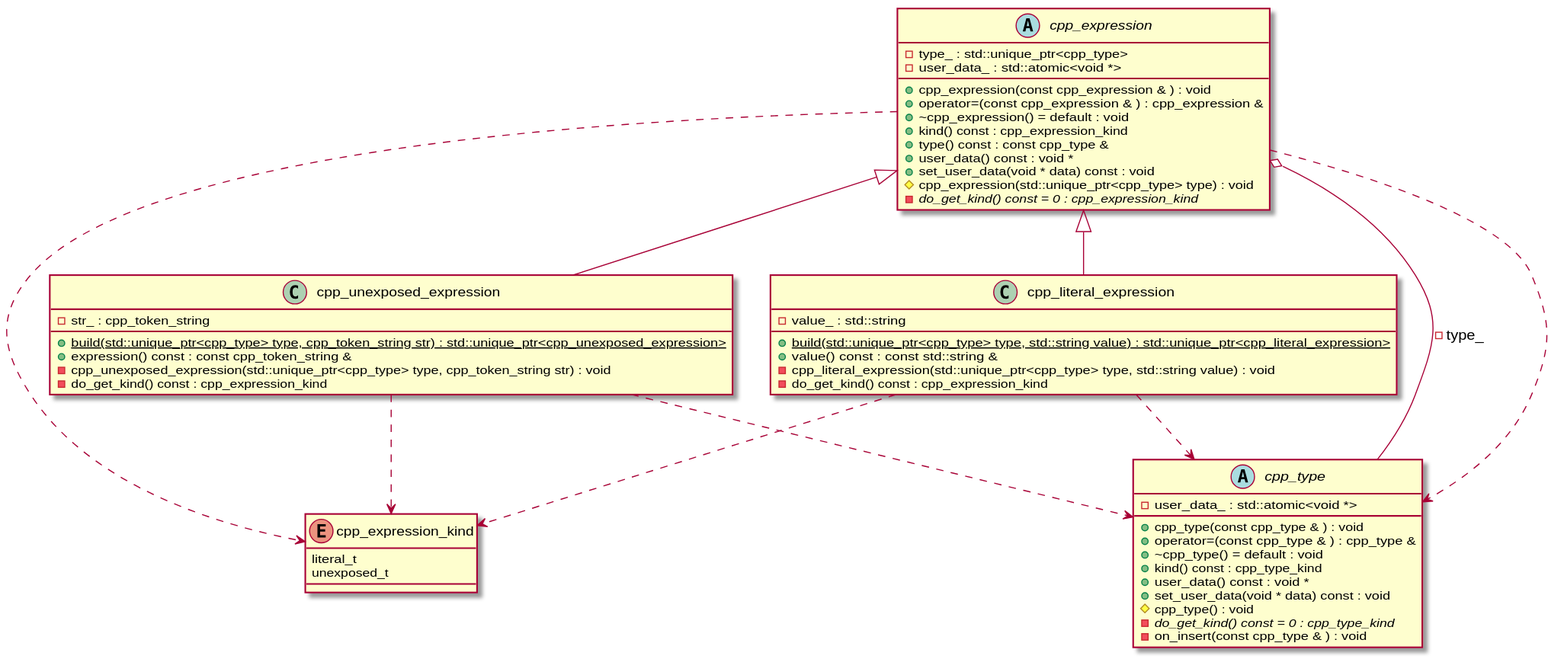
The PlantUML diagram cppast/puml/cpp_expression_class_diagram.svg in bkryza/clang-uml-examples, before a commit.
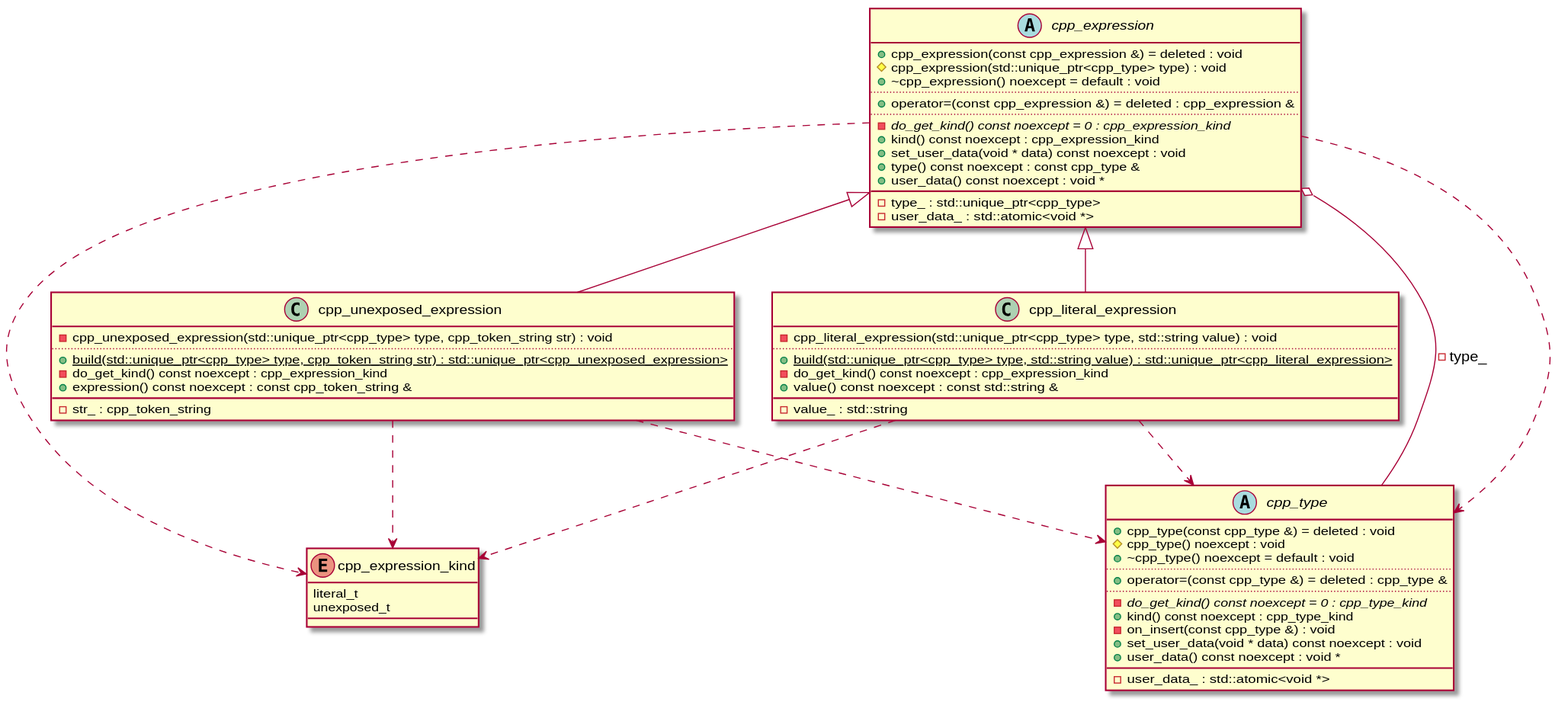
Later version of the same file.

Diff of the diagram source:
```diff
@@ -6,45 +6,55 @@
 }
 abstract "cpp_type" as C_0001585653041236922459
 abstract C_0001585653041236922459 [[https://github.com/foonathan/cppast/blob/f00df6675d87c6983033d270728c57a55cd3db22/include/cppast/cpp_type.hpp#L44{cpp_type}]] {
-+cpp_type(const cpp_type & ) : void
-+operator=(const cpp_type & ) : cpp_type &
-+~cpp_type() = default : void
-+kind() const : cpp_type_kind
-+user_data() const : void *
-+set_user_data(void * data) const : void
-#cpp_type() : void
-{abstract} -do_get_kind() const = 0 : cpp_type_kind
--on_insert(const cpp_type & ) : void
++cpp_type(const cpp_type &) = deleted : void
+#cpp_type() noexcept : void
++~cpp_type() noexcept = default : void
+..
++operator=(const cpp_type &) = deleted : cpp_type &
+..
+{abstract} -do_get_kind() const noexcept = 0 : cpp_type_kind
++kind() const noexcept : cpp_type_kind
+-on_insert(const cpp_type &) : void
++set_user_data(void * data) const noexcept : void
++user_data() const noexcept : void *
+__
 -user_data_ : std::atomic<void *> [[[https://github.com/foonathan/cppast/blob/f00df6675d87c6983033d270728c57a55cd3db22/include/cppast/cpp_type.hpp#L85{user_data_}]]]
 }
 abstract "cpp_expression" as C_0002228471918600734475
 abstract C_0002228471918600734475 [[https://github.com/foonathan/cppast/blob/f00df6675d87c6983033d270728c57a55cd3db22/include/cppast/cpp_expression.hpp#L24{cpp_expression}]] {
-+cpp_expression(const cpp_expression & ) : void
-+operator=(const cpp_expression & ) : cpp_expression &
-+~cpp_expression() = default : void
-+kind() const : cpp_expression_kind
-+type() const : const cpp_type &
-+user_data() const : void *
-+set_user_data(void * data) const : void
++cpp_expression(const cpp_expression &) = deleted : void
 #cpp_expression(std::unique_ptr<cpp_type> type) : void
-{abstract} -do_get_kind() const = 0 : cpp_expression_kind
++~cpp_expression() noexcept = default : void
+..
++operator=(const cpp_expression &) = deleted : cpp_expression &
+..
+{abstract} -do_get_kind() const noexcept = 0 : cpp_expression_kind
++kind() const noexcept : cpp_expression_kind
++set_user_data(void * data) const noexcept : void
++type() const noexcept : const cpp_type &
++user_data() const noexcept : void *
+__
 -type_ : std::unique_ptr<cpp_type> [[[https://github.com/foonathan/cppast/blob/f00df6675d87c6983033d270728c57a55cd3db22/include/cppast/cpp_expression.hpp#L74{type_}]]]
 -user_data_ : std::atomic<void *> [[[https://github.com/foonathan/cppast/blob/f00df6675d87c6983033d270728c57a55cd3db22/include/cppast/cpp_expression.hpp#L75{user_data_}]]]
 }
 class "cpp_unexposed_expression" as C_0000978206085606851269
 class C_0000978206085606851269 [[https://github.com/foonathan/cppast/blob/f00df6675d87c6983033d270728c57a55cd3db22/include/cppast/cpp_expression.hpp#L81{cpp_unexposed_expression}]] {
+-cpp_unexposed_expression(std::unique_ptr<cpp_type> type, cpp_token_string str) : void
+..
 {static} +build(std::unique_ptr<cpp_type> type, cpp_token_string str) : std::unique_ptr<cpp_unexposed_expression>
-+expression() const : const cpp_token_string &
--cpp_unexposed_expression(std::unique_ptr<cpp_type> type, cpp_token_string str) : void
--do_get_kind() const : cpp_expression_kind
+-do_get_kind() const noexcept : cpp_expression_kind
++expression() const noexcept : const cpp_token_string &
+__
 -str_ : cpp_token_string [[[https://github.com/foonathan/cppast/blob/f00df6675d87c6983033d270728c57a55cd3db22/include/cppast/cpp_expression.hpp#L108{str_}]]]
 }
 class "cpp_literal_expression" as C_0001481645313438672561
 class C_0001481645313438672561 [[https://github.com/foonathan/cppast/blob/f00df6675d87c6983033d270728c57a55cd3db22/include/cppast/cpp_expression.hpp#L112{cpp_literal_expression}]] {
+-cpp_literal_expression(std::unique_ptr<cpp_type> type, std::string value) : void
+..
 {static} +build(std::unique_ptr<cpp_type> type, std::string value) : std::unique_ptr<cpp_literal_expression>
-+value() const : const std::string &
--cpp_literal_expression(std::unique_ptr<cpp_type> type, std::string value) : void
--do_get_kind() const : cpp_expression_kind
+-do_get_kind() const noexcept : cpp_expression_kind
++value() const noexcept : const std::string &
+__
 -value_ : std::string [[[https://github.com/foonathan/cppast/blob/f00df6675d87c6983033d270728c57a55cd3db22/include/cppast/cpp_expression.hpp#L139{value_}]]]
 }
 C_0002228471918600734475 ..> C_0000674801488983168216
```
